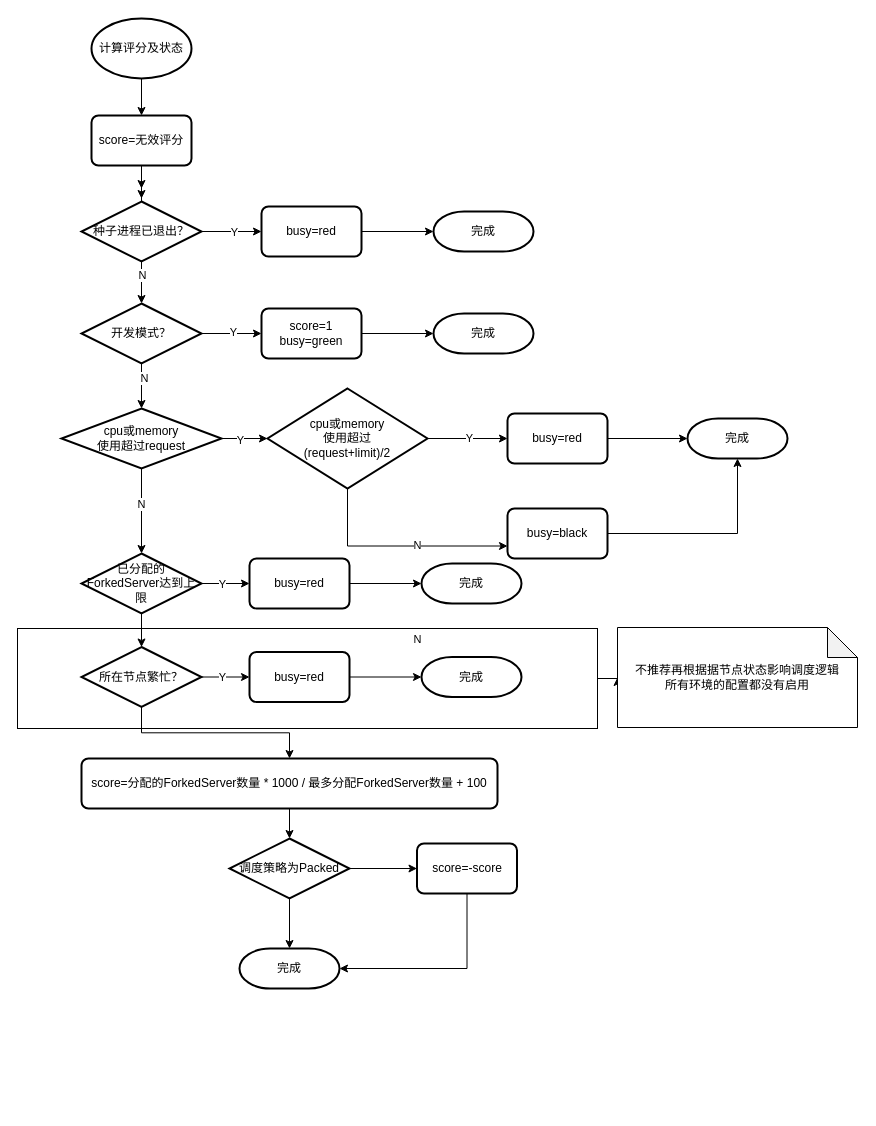
Above: busy.drawio in keisni/zm (draw.io), before the change. Source tidied: cells renumbered, new cells numbered last; positions are measured from the earlier drawing's top-left corner, leaving out a move shared by most shapes. Both pictures are drawn from the tidied source at 100%, with x=0, y=0 at pixel (17, 18).
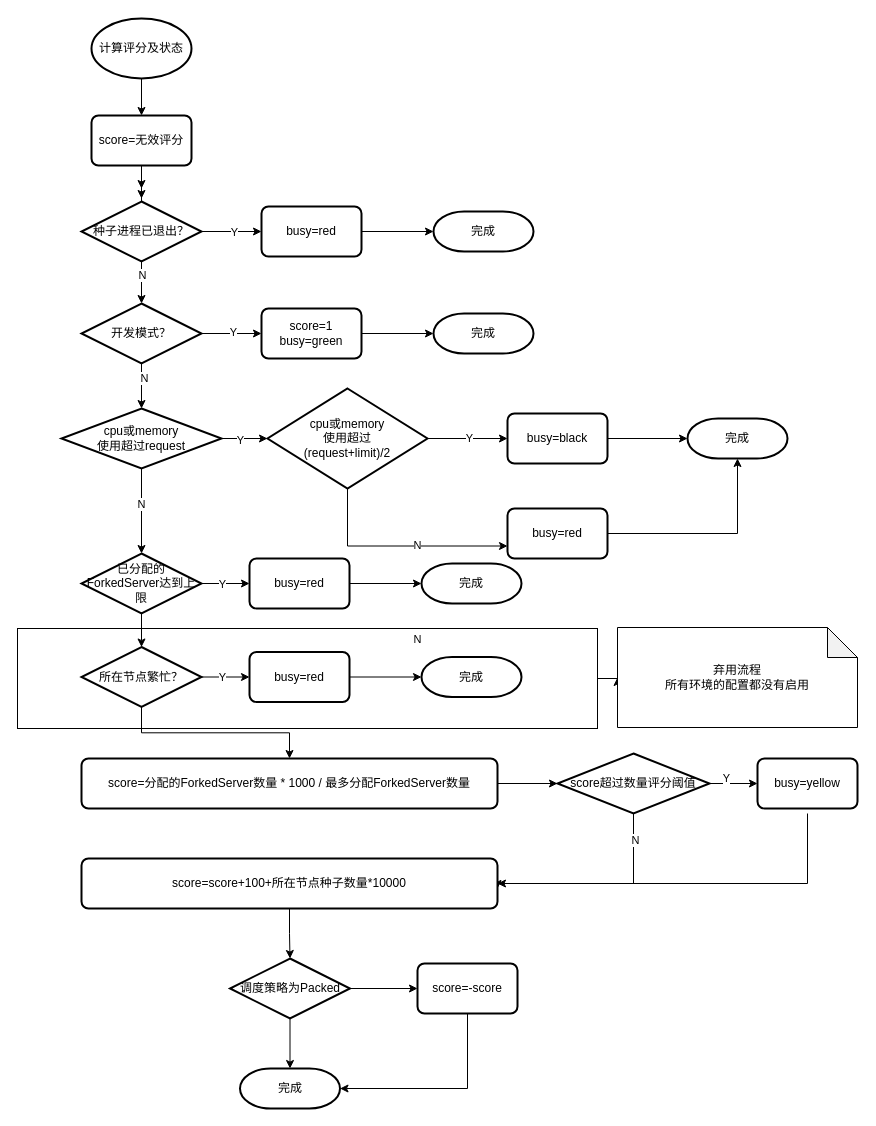
Above is the later version.

The edit, as a diff of the source:
```diff
@@
-    <mxCell id="30" value="&lt;div&gt;&lt;span style=&quot;background-color: initial;&quot;&gt;busy=black&lt;/span&gt;&lt;br&gt;&lt;/div&gt;" style="rounded=1;whiteSpace=wrap;html=1;absoluteArcSize=1;arcSize=14;strokeWidth=2;" parent="1" vertex="1">
+    <mxCell id="30" value="&lt;div&gt;&lt;span style=&quot;background-color: initial;&quot;&gt;busy=red&lt;/span&gt;&lt;br&gt;&lt;/div&gt;" style="rounded=1;whiteSpace=wrap;html=1;absoluteArcSize=1;arcSize=14;strokeWidth=2;" parent="1" vertex="1">
       <mxGeometry x="490" y="490" width="100" height="50" as="geometry" />
     </mxCell>
@@
-    <mxCell id="37" value="&lt;div&gt;&lt;span style=&quot;background-color: initial;&quot;&gt;busy=red&lt;/span&gt;&lt;br&gt;&lt;/div&gt;" style="rounded=1;whiteSpace=wrap;html=1;absoluteArcSize=1;arcSize=14;strokeWidth=2;" parent="1" vertex="1">
+    <mxCell id="37" value="&lt;div&gt;&lt;span style=&quot;background-color: initial;&quot;&gt;busy=black&lt;/span&gt;&lt;br&gt;&lt;/div&gt;" style="rounded=1;whiteSpace=wrap;html=1;absoluteArcSize=1;arcSize=14;strokeWidth=2;" parent="1" vertex="1">
       <mxGeometry x="490" y="395" width="100" height="50" as="geometry" />
     </mxCell>
@@
-    <mxCell id="55" value="不推荐再根据据节点状态影响调度逻辑&lt;div&gt;所有环境的配置都没有启用&lt;/div&gt;" style="shape=note;whiteSpace=wrap;html=1;backgroundOutline=1;darkOpacity=0.05;" parent="1" vertex="1">
+    <mxCell id="55" value="&lt;div&gt;弃用流程&lt;/div&gt;&lt;div&gt;所有环境的配置都没有启用&lt;/div&gt;" style="shape=note;whiteSpace=wrap;html=1;backgroundOutline=1;darkOpacity=0.05;" parent="1" vertex="1">
       <mxGeometry x="600" y="609" width="240" height="100" as="geometry" />
     </mxCell>
-    <mxCell id="56" style="edgeStyle=orthogonalEdgeStyle;rounded=0;jettySize=auto;html=1;" parent="1" edge="1" source="57" target="60">
-      <mxGeometry relative="1" as="geometry" />
-    </mxCell>
+    <mxCell id="64" style="edgeStyle=orthogonalEdgeStyle;rounded=0;jettySize=auto;html=1;" parent="1" edge="1" source="57" target="72">
+      <mxGeometry relative="1" as="geometry" />
+    </mxCell>
-    <mxCell id="57" value="score=分配的ForkedServer数量 * 1000 / 最多分配ForkedServer数量 + 100" style="rounded=1;whiteSpace=wrap;html=1;absoluteArcSize=1;arcSize=14;strokeWidth=2;" parent="1" vertex="1">
+    <mxCell id="57" value="score=分配的ForkedServer数量 * 1000 / 最多分配ForkedServer数量" style="rounded=1;whiteSpace=wrap;html=1;absoluteArcSize=1;arcSize=14;strokeWidth=2;" parent="1" vertex="1">
       <mxGeometry x="64" y="740" width="416" height="50" as="geometry" />
     </mxCell>
@@
     <mxCell id="60" value="调度策略为Packed" style="strokeWidth=2;html=1;shape=mxgraph.flowchart.decision;whiteSpace=wrap;" parent="1" vertex="1">
-      <mxGeometry x="212" y="820" width="120" height="60" as="geometry" />
+      <mxGeometry x="212.5" y="940" width="120" height="60" as="geometry" />
     </mxCell>
     <mxCell id="61" style="edgeStyle=orthogonalEdgeStyle;rounded=0;jettySize=auto;html=1;exitX=0.5;exitY=1;exitDx=0;exitDy=0;entryX=1;entryY=0.5;entryDx=0;entryDy=0;entryPerimeter=0;" parent="1" edge="1" source="62" target="63">
       <mxGeometry relative="1" as="geometry">
         <Array as="points">
-          <mxPoint x="450" y="950" />
+          <mxPoint x="450.5" y="1070" />
         </Array>
       </mxGeometry>
     </mxCell>
     <mxCell id="62" value="score=-score" style="rounded=1;whiteSpace=wrap;html=1;absoluteArcSize=1;arcSize=14;strokeWidth=2;" parent="1" vertex="1">
-      <mxGeometry x="399.5" y="825" width="100" height="50" as="geometry" />
+      <mxGeometry x="400" y="945" width="100" height="50" as="geometry" />
     </mxCell>
     <mxCell id="63" value="完成" style="strokeWidth=2;html=1;shape=mxgraph.flowchart.terminator;whiteSpace=wrap;" parent="1" vertex="1">
-      <mxGeometry x="222" y="930" width="100" height="40" as="geometry" />
+      <mxGeometry x="222.5" y="1050" width="100" height="40" as="geometry" />
     </mxCell>
+    <mxCell id="65" style="edgeStyle=orthogonalEdgeStyle;rounded=0;orthogonalLoop=1;jettySize=auto;html=1;exitX=0.5;exitY=1;exitDx=0;exitDy=0;entryX=1;entryY=0.5;entryDx=0;entryDy=0;" parent="1" edge="1">
+      <mxGeometry relative="1" as="geometry">
+        <mxPoint x="790" y="795" as="sourcePoint" />
+        <mxPoint x="480" y="870" as="targetPoint" />
+        <Array as="points">
+          <mxPoint x="790" y="865" />
+          <mxPoint x="480" y="865" />
+        </Array>
+      </mxGeometry>
+    </mxCell>
+    <mxCell id="66" value="&lt;div&gt;&lt;span style=&quot;background-color: initial;&quot;&gt;busy=yellow&lt;/span&gt;&lt;br&gt;&lt;/div&gt;" style="rounded=1;whiteSpace=wrap;html=1;absoluteArcSize=1;arcSize=14;strokeWidth=2;" parent="1" vertex="1">
+      <mxGeometry x="740" y="740" width="100" height="50" as="geometry" />
+    </mxCell>
+    <mxCell id="67" value="score=score+100+所在节点种子数量*10000" style="rounded=1;whiteSpace=wrap;html=1;absoluteArcSize=1;arcSize=14;strokeWidth=2;" parent="1" vertex="1">
+      <mxGeometry x="64" y="840" width="416" height="50" as="geometry" />
+    </mxCell>
+    <mxCell id="68" style="edgeStyle=orthogonalEdgeStyle;rounded=0;jettySize=auto;html=1;" parent="1" edge="1" source="72" target="66">
+      <mxGeometry relative="1" as="geometry" />
+    </mxCell>
+    <mxCell id="69" value="Y&lt;div&gt;&lt;br&gt;&lt;/div&gt;" style="edgeLabel;html=1;align=center;verticalAlign=middle;" parent="68" vertex="1">
+      <mxGeometry x="-0.33" y="-1" relative="1" as="geometry" />
+    </mxCell>
+    <mxCell id="70" style="edgeStyle=orthogonalEdgeStyle;rounded=0;jettySize=auto;html=1;entryX=1;entryY=0.5;entryDx=0;entryDy=0;exitX=0.5;exitY=1;exitDx=0;exitDy=0;exitPerimeter=0;" parent="1" edge="1" source="72" target="67">
+      <mxGeometry relative="1" as="geometry" />
+    </mxCell>
+    <mxCell id="71" value="N" style="edgeLabel;html=1;align=center;verticalAlign=middle;" parent="70" vertex="1">
+      <mxGeometry x="-0.75" y="1" relative="1" as="geometry" />
+    </mxCell>
+    <mxCell id="72" value="score超过数量评分阈值" style="strokeWidth=2;html=1;shape=mxgraph.flowchart.decision;whiteSpace=wrap;" parent="1" vertex="1">
+      <mxGeometry x="540" y="735" width="152" height="60" as="geometry" />
+    </mxCell>
+    <mxCell id="73" style="edgeStyle=orthogonalEdgeStyle;rounded=0;jettySize=auto;html=1;entryX=0.5;entryY=0;entryDx=0;entryDy=0;entryPerimeter=0;" parent="1" edge="1" source="67" target="60">
+      <mxGeometry relative="1" as="geometry" />
+    </mxCell>
```
